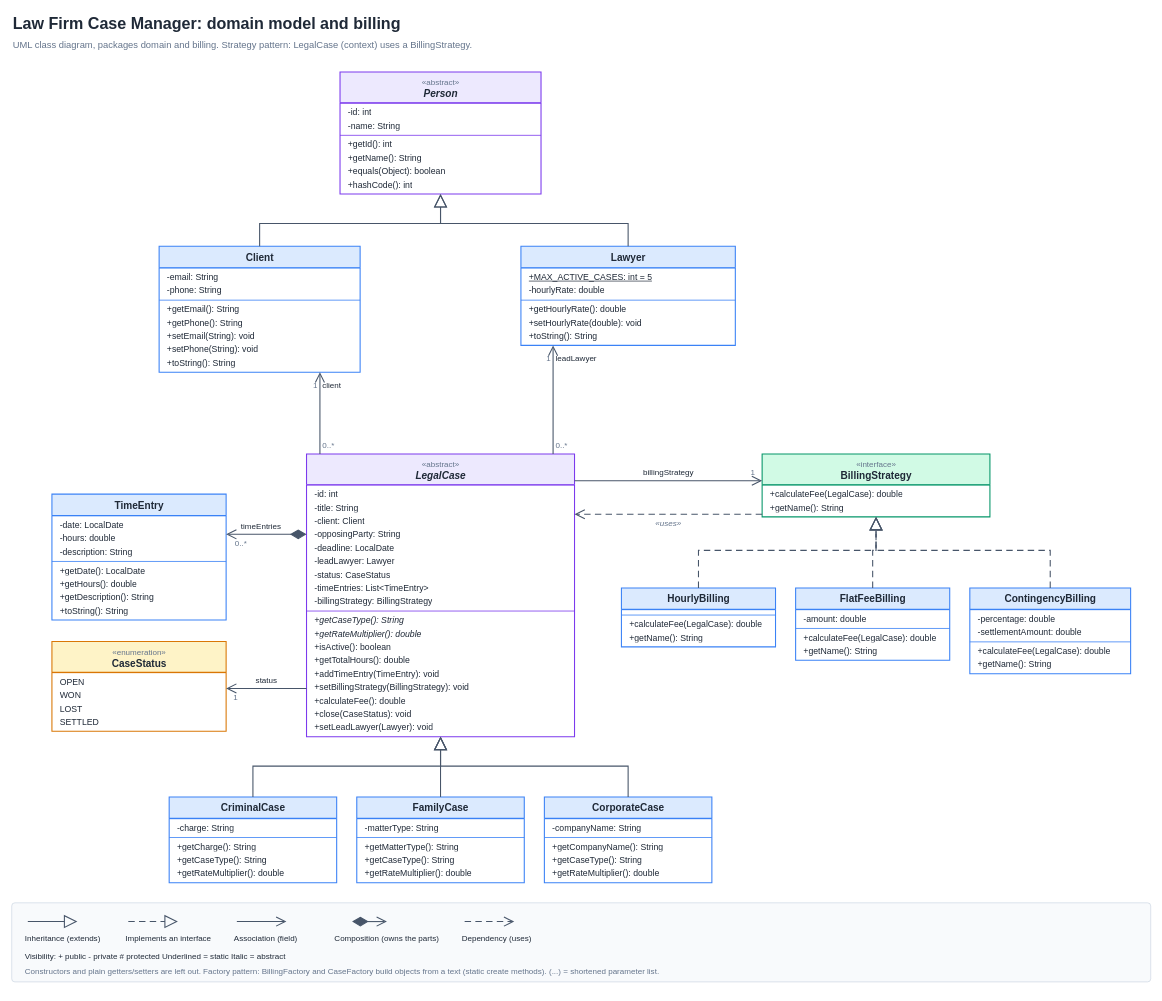
This is page "Domain model and billing" (1 of 3) of docs/class-diagram.drawio from mahadinhussein-hash/law-firm-case-manager, a draw.io file, before an edit. Source tidied: cells renumbered, new cells numbered last; positions are measured from the earlier drawing's top-left corner, leaving out a move shared by most shapes. Both pictures are drawn from the tidied source at 67%, with x=0, y=0 at pixel (11, 11).
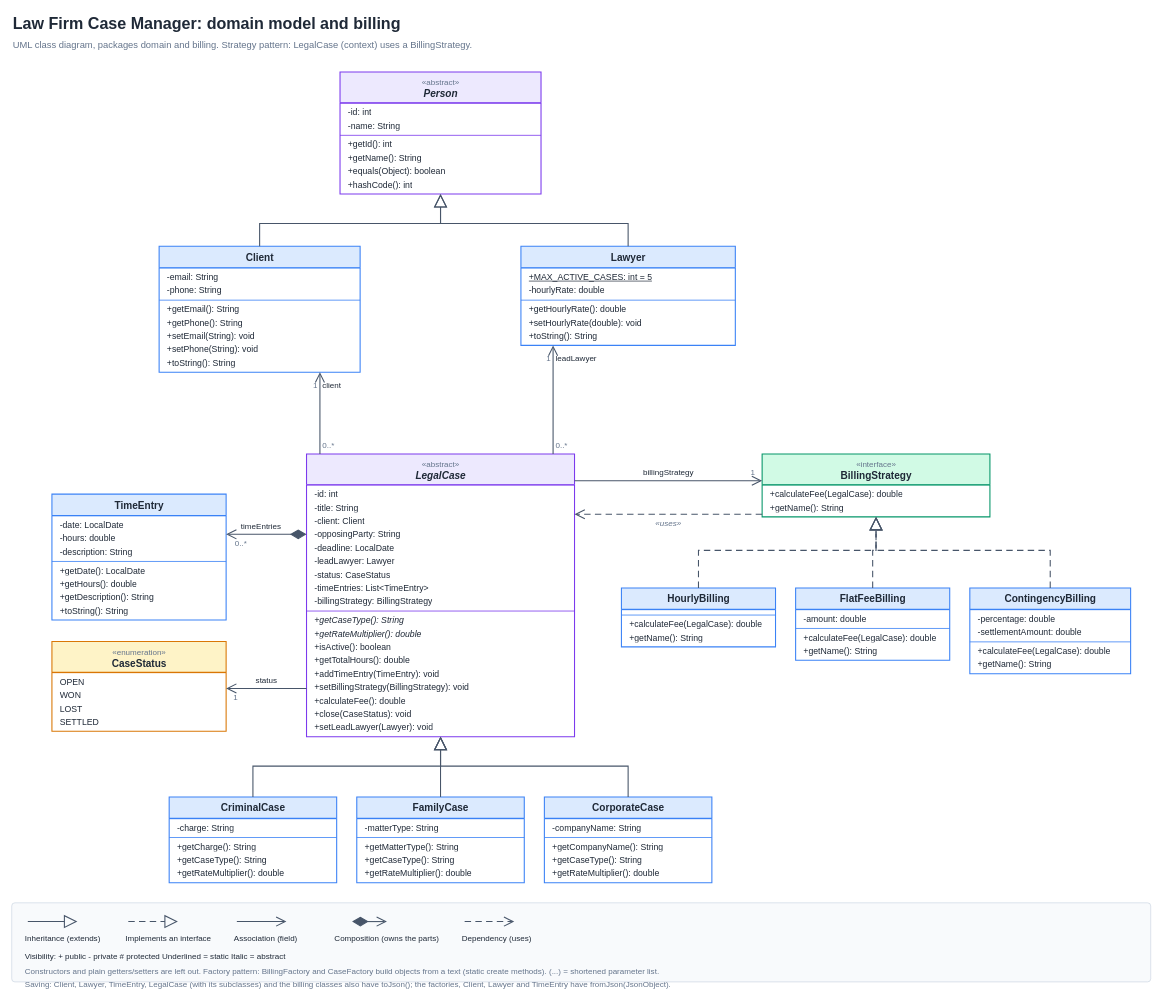
Above is the later version.

Commit message:
Editable diagram: note about toJson and fromJson

The edit, as a diff of the source:
```diff
@@
+    <mxCell id="151" value="Saving: Client, Lawyer, TimeEntry, LegalCase (with its subclasses) and the billing classes also have toJson(); the factories, Client, Lawyer and TimeEntry have fromJson(JsonObject)." style="text;html=1;align=left;verticalAlign=middle;spacing=0;whiteSpace=nowrap;fontSize=12;fontFamily=Helvetica;fontColor=#64748B;strokeColor=none;fillColor=none;" parent="1" vertex="1">
+      <mxGeometry x="20" y="1444" width="760" height="16" as="geometry" />
+    </mxCell>
```
